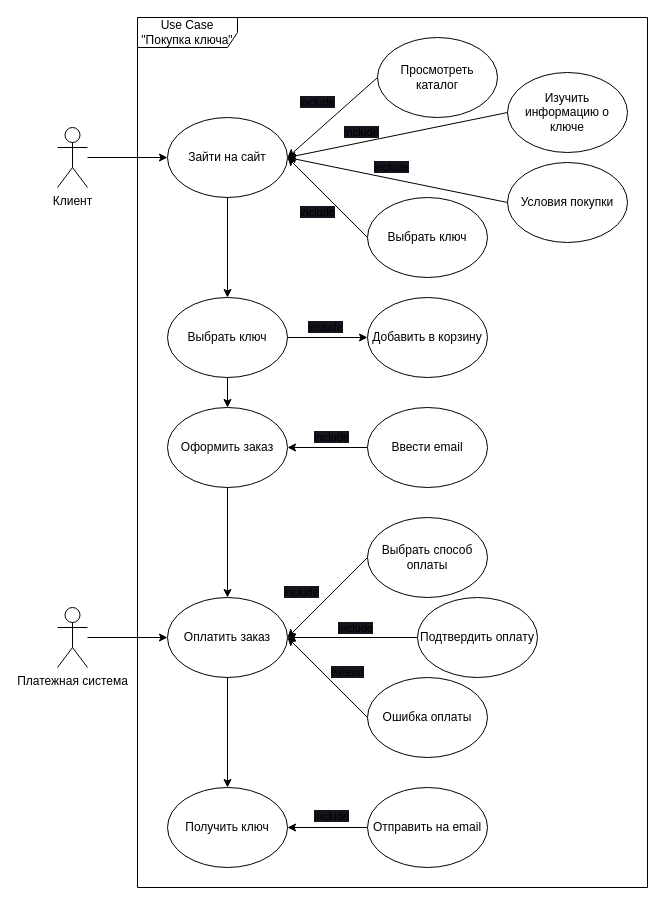
Demedra21/Project keeps this draw.io diagram as Диграммы/Варианты использования (1.1).drawio. Above is the earlier version. Source tidied: cells renumbered, new cells numbered last; positions are measured from the earlier drawing's top-left corner, leaving out a move shared by most shapes. Both pictures are drawn from the tidied source at 100%, with x=0, y=0 at pixel (57, 17).
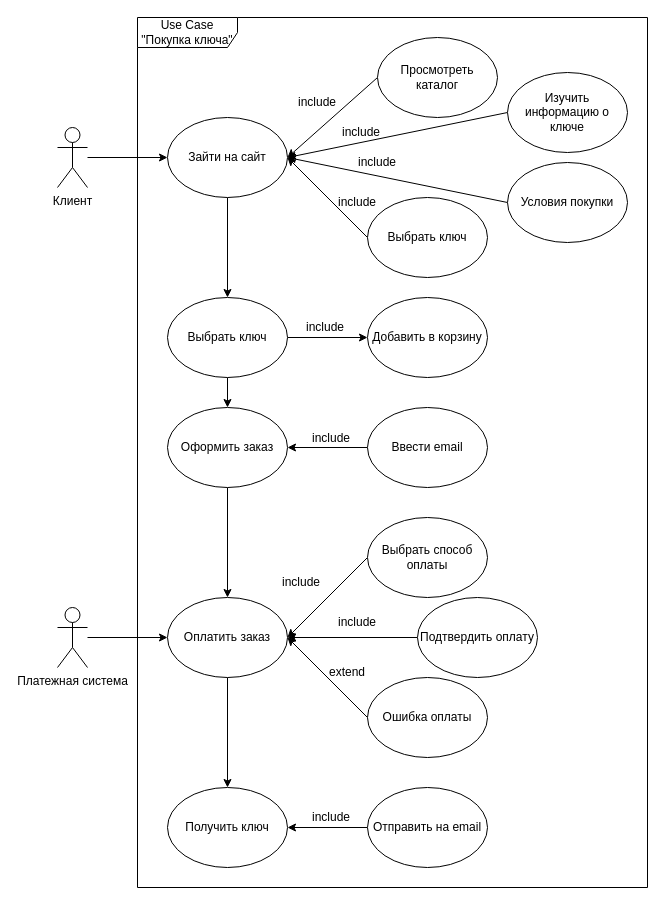
The same page after the edit.

Unchanged cells that the change refers to:
```xml
<mxCell id="2" value="Use Case &quot;Покупка ключа&quot;" style="shape=umlFrame;whiteSpace=wrap;html=1;width=100;height=30;" parent="1" vertex="1">
  <mxGeometry x="80" width="510" height="870" as="geometry" />
</mxCell>
```

Change to the diagram source:
```diff
@@
-    <mxCell id="14" value="&lt;span style=&quot;font-size: 11px; background-color: rgb(24, 20, 29);&quot;&gt;include&lt;/span&gt;" style="text;html=1;align=center;verticalAlign=middle;strokeColor=none;fillColor=none;" parent="2" vertex="1">
-      <mxGeometry x="150" y="180" width="60" height="30" as="geometry" />
-    </mxCell>
-    <mxCell id="15" value="&lt;span style=&quot;font-size: 11px; background-color: rgb(24, 20, 29);&quot;&gt;include&lt;/span&gt;" style="text;html=1;align=center;verticalAlign=middle;strokeColor=none;fillColor=none;" parent="2" vertex="1">
-      <mxGeometry x="224" y="135" width="60" height="30" as="geometry" />
-    </mxCell>
-    <mxCell id="16" value="&lt;span style=&quot;font-size: 11px; background-color: rgb(24, 20, 29);&quot;&gt;include&lt;/span&gt;" style="text;html=1;align=center;verticalAlign=middle;strokeColor=none;fillColor=none;" parent="2" vertex="1">
-      <mxGeometry x="194" y="100" width="60" height="30" as="geometry" />
-    </mxCell>
-    <mxCell id="17" value="&lt;span style=&quot;font-size: 11px; background-color: rgb(24, 20, 29);&quot;&gt;include&lt;/span&gt;" style="text;html=1;align=center;verticalAlign=middle;strokeColor=none;fillColor=none;" parent="2" vertex="1">
-      <mxGeometry x="150" y="70" width="60" height="30" as="geometry" />
-    </mxCell>
@@
-    <mxCell id="22" value="&lt;span style=&quot;font-size: 11px; background-color: rgb(24, 20, 29);&quot;&gt;include&lt;/span&gt;" style="text;html=1;align=center;verticalAlign=middle;strokeColor=none;fillColor=none;" parent="2" vertex="1">
-      <mxGeometry x="158" y="295" width="60" height="30" as="geometry" />
-    </mxCell>
@@
-    <mxCell id="27" value="&lt;span style=&quot;font-size: 11px; background-color: rgb(24, 20, 29);&quot;&gt;include&lt;/span&gt;" style="text;html=1;align=center;verticalAlign=middle;strokeColor=none;fillColor=none;" parent="2" vertex="1">
-      <mxGeometry x="164" y="405" width="60" height="30" as="geometry" />
-    </mxCell>
@@
-    <mxCell id="36" value="&lt;span style=&quot;font-size: 11px; background-color: rgb(24, 20, 29);&quot;&gt;include&lt;/span&gt;" style="text;html=1;align=center;verticalAlign=middle;strokeColor=none;fillColor=none;" parent="2" vertex="1">
-      <mxGeometry x="134" y="560" width="60" height="30" as="geometry" />
-    </mxCell>
-    <mxCell id="37" value="&lt;span style=&quot;font-size: 11px; background-color: rgb(24, 20, 29);&quot;&gt;include&lt;/span&gt;" style="text;html=1;align=center;verticalAlign=middle;strokeColor=none;fillColor=none;" parent="2" vertex="1">
-      <mxGeometry x="188" y="596" width="60" height="30" as="geometry" />
-    </mxCell>
-    <mxCell id="38" value="&lt;span style=&quot;font-size: 11px; background-color: rgb(24, 20, 29);&quot;&gt;extend&lt;/span&gt;" style="text;html=1;align=center;verticalAlign=middle;strokeColor=none;fillColor=none;" parent="2" vertex="1">
-      <mxGeometry x="180" y="640" width="60" height="30" as="geometry" />
-    </mxCell>
@@
-    <mxCell id="42" value="&lt;span style=&quot;font-size: 11px; background-color: rgb(24, 20, 29);&quot;&gt;include&lt;/span&gt;" style="text;html=1;align=center;verticalAlign=middle;strokeColor=none;fillColor=none;" parent="2" vertex="1">
-      <mxGeometry x="164" y="784" width="60" height="30" as="geometry" />
-    </mxCell>
+    <mxCell id="47" value="include" style="text;html=1;whiteSpace=wrap;strokeColor=none;fillColor=none;align=center;verticalAlign=middle;rounded=0;" parent="2" vertex="1">
+      <mxGeometry x="150" y="70" width="60" height="30" as="geometry" />
+    </mxCell>
+    <mxCell id="48" value="include" style="text;html=1;whiteSpace=wrap;strokeColor=none;fillColor=none;align=center;verticalAlign=middle;rounded=0;" parent="2" vertex="1">
+      <mxGeometry x="194" y="100" width="60" height="30" as="geometry" />
+    </mxCell>
+    <mxCell id="49" value="include" style="text;html=1;whiteSpace=wrap;strokeColor=none;fillColor=none;align=center;verticalAlign=middle;rounded=0;" parent="2" vertex="1">
+      <mxGeometry x="210" y="130" width="60" height="30" as="geometry" />
+    </mxCell>
+    <mxCell id="50" value="include" style="text;html=1;whiteSpace=wrap;strokeColor=none;fillColor=none;align=center;verticalAlign=middle;rounded=0;" parent="2" vertex="1">
+      <mxGeometry x="190" y="170" width="60" height="30" as="geometry" />
+    </mxCell>
+    <mxCell id="51" value="include" style="text;html=1;whiteSpace=wrap;strokeColor=none;fillColor=none;align=center;verticalAlign=middle;rounded=0;" parent="2" vertex="1">
+      <mxGeometry x="134" y="550" width="60" height="30" as="geometry" />
+    </mxCell>
+    <mxCell id="52" value="include" style="text;html=1;whiteSpace=wrap;strokeColor=none;fillColor=none;align=center;verticalAlign=middle;rounded=0;" parent="2" vertex="1">
+      <mxGeometry x="190" y="590" width="60" height="30" as="geometry" />
+    </mxCell>
+    <mxCell id="53" value="include" style="text;html=1;whiteSpace=wrap;strokeColor=none;fillColor=none;align=center;verticalAlign=middle;rounded=0;" parent="2" vertex="1">
+      <mxGeometry x="164" y="785" width="60" height="30" as="geometry" />
+    </mxCell>
+    <mxCell id="38" value="extend" style="text;html=1;whiteSpace=wrap;strokeColor=none;fillColor=none;align=center;verticalAlign=middle;rounded=0;" parent="2" vertex="1">
+      <mxGeometry x="180" y="640" width="60" height="30" as="geometry" />
+    </mxCell>
+    <mxCell id="54" value="include" style="text;html=1;whiteSpace=wrap;strokeColor=none;fillColor=none;align=center;verticalAlign=middle;rounded=0;" parent="2" vertex="1">
+      <mxGeometry x="164" y="406" width="60" height="30" as="geometry" />
+    </mxCell>
@@
+    <mxCell id="55" value="include" style="text;html=1;whiteSpace=wrap;strokeColor=none;fillColor=none;align=center;verticalAlign=middle;rounded=0;" parent="1" vertex="1">
+      <mxGeometry x="238" y="295" width="60" height="30" as="geometry" />
+    </mxCell>
```
